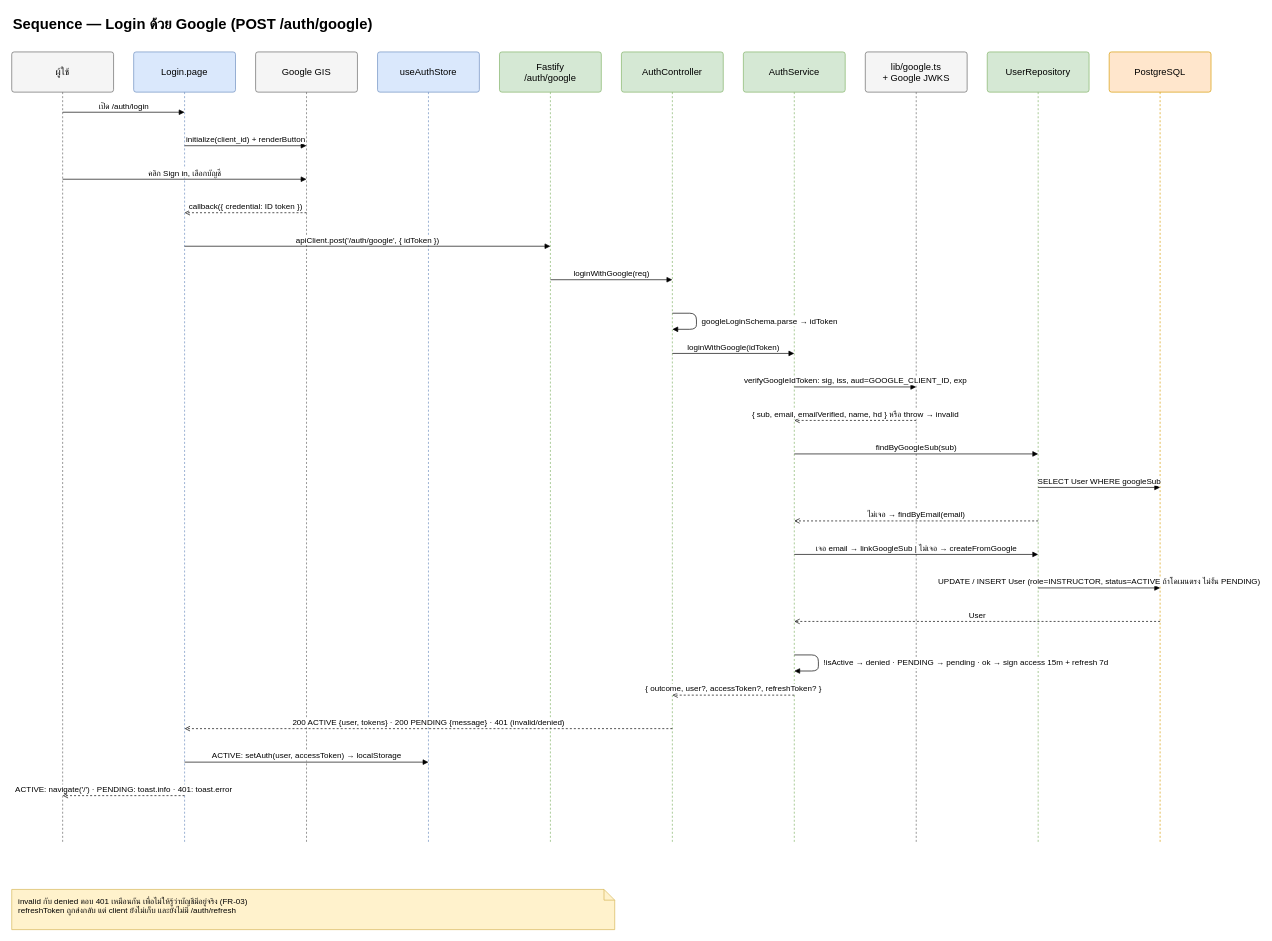
This is page "4 · Sequence · Google login (FR-08)" (5 of 8) of docs/diagrams/architecture/CMAS-Architecture_Handwritten.drawio from SIET-KMITL-INCEPTIO/CMAS-CLO, a draw.io file, before an edit. Source tidied: cells renumbered, new cells numbered last; positions are measured from the earlier drawing's top-left corner, leaving out a move shared by most shapes. Both pictures are drawn from the tidied source at 67%, with x=0, y=0 at pixel (11, 11).
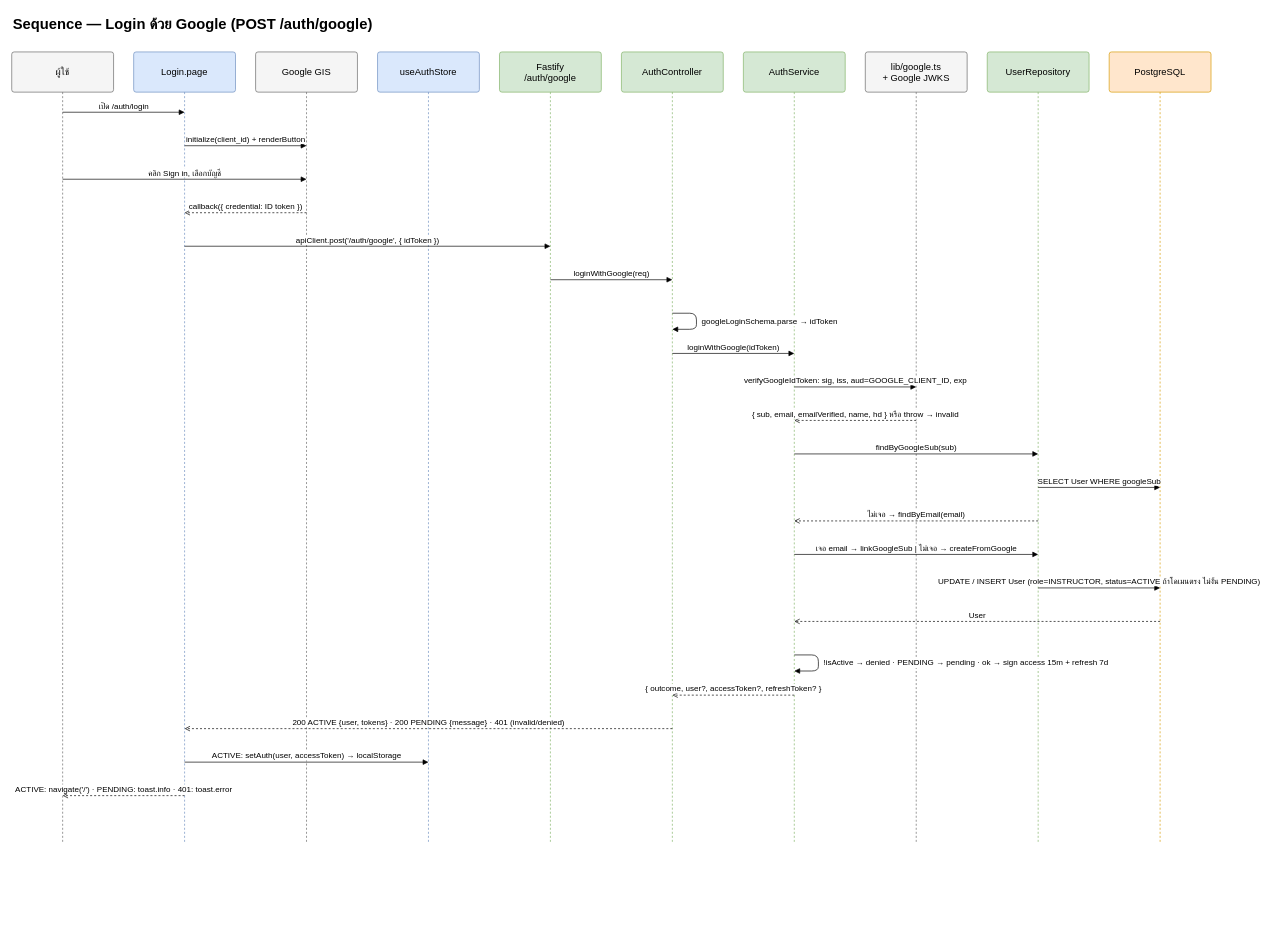
The same page after the edit.

The edit, as a diff of the source:
```diff
@@
-    <mxCell id="34" value="invalid กับ denied ตอบ 401 เหมือนกัน เพื่อไม่ให้รู้ว่าบัญชีมีอยู่จริง (FR-03)&lt;br&gt;refreshToken ถูกส่งกลับ แต่ client ยังไม่เก็บ และยังไม่มี /auth/refresh" style="rounded=1;whiteSpace=wrap;html=1;fontSize=14;arcSize=6;shape=note;size=16;fillColor=#FFF2CC;strokeColor=#D6B656;align=left;verticalAlign=top;spacingLeft=8;spacingTop=4;fontSize=12;" parent="1" vertex="1">
-      <mxGeometry y="1310" width="900" height="60" as="geometry" />
-    </mxCell>
```
